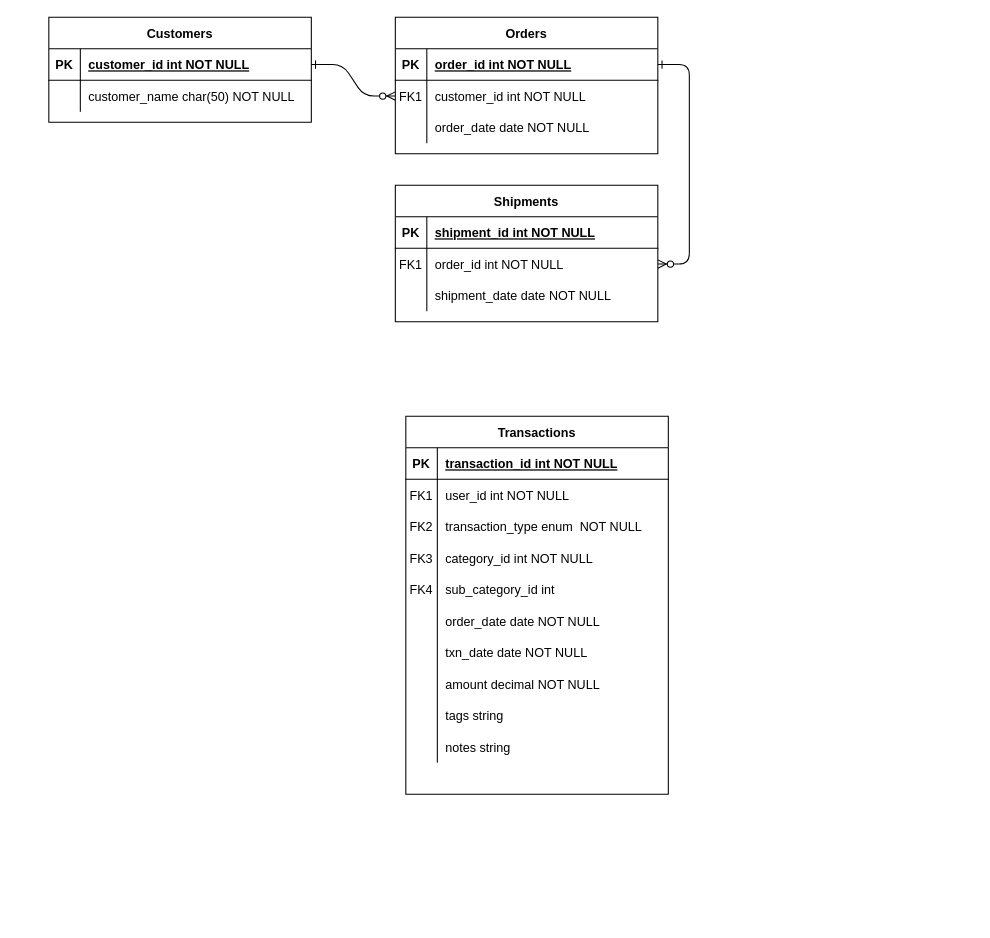
itpreneur/123-Essential-JavaScript-Interview-Questions keeps this draw.io diagram as mockitplace.drawio. Above is the earlier version. Source tidied: cells renumbered, new cells numbered last; positions are measured from the earlier drawing's top-left corner, leaving out a move shared by most shapes. Both pictures are drawn from the tidied source at 105%, with x=0, y=0 at pixel (48, 17).
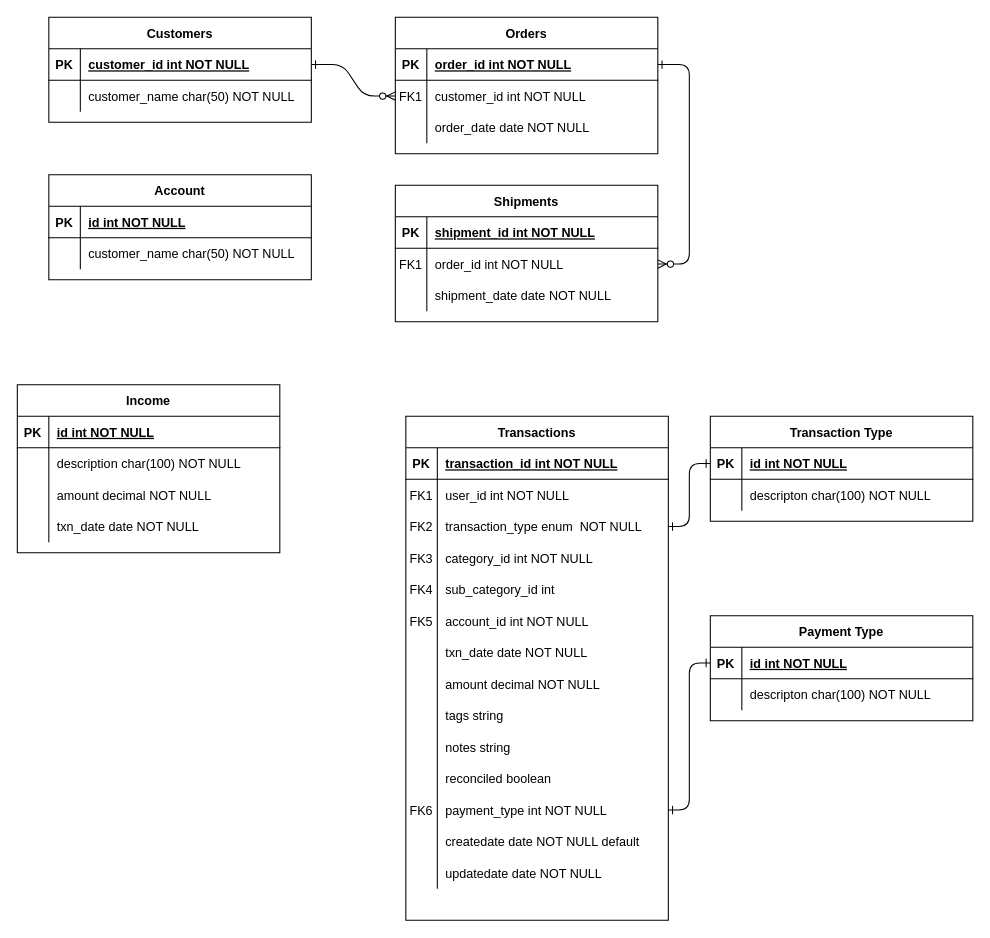
The same page after the edit.

The change refers to these unchanged cells:
```xml
<mxCell id="38" style="shape=partialRectangle;fillColor=none;points=[[0,0.5],[1,0.5]];portConstraint=eastwest;top=0;left=0;right=0;bottom=0;" parent="31" vertex="1">
  <mxGeometry y="90" width="250" height="30" as="geometry" />
</mxCell>
<mxCell id="47" style="shape=partialRectangle;fillColor=none;top=0;left=0;right=0;bottom=0;" parent="31" vertex="1">
  <mxGeometry y="180" width="250" height="30" as="geometry" />
</mxCell>
```

Change to the diagram source:
```diff
@@
     <mxCell id="31" value="Transactions" style="shape=table;startSize=30;childLayout=tableLayout;rowLines=0;fontStyle=1;align=center;" parent="1" vertex="1">
-      <mxGeometry x="340" y="380" width="250" height="360" as="geometry" />
+      <mxGeometry x="340" y="380" width="250" height="480" as="geometry" />
     </mxCell>
@@
-    <mxCell id="48" style="shape=partialRectangle;overflow=hidden;fillColor=none;top=0;left=0;bottom=0;right=0;" parent="47" vertex="1">
+    <mxCell id="48" value="FK5" style="shape=partialRectangle;overflow=hidden;fillColor=none;top=0;left=0;bottom=0;right=0;" parent="47" vertex="1">
       <mxGeometry width="30" height="30" as="geometry" />
     </mxCell>
-    <mxCell id="49" value="order_date date NOT NULL" style="shape=partialRectangle;overflow=hidden;fillColor=none;top=0;left=0;bottom=0;right=0;align=left;spacingLeft=6;" parent="47" vertex="1">
+    <mxCell id="49" value="account_id int NOT NULL" style="shape=partialRectangle;overflow=hidden;fillColor=none;top=0;left=0;bottom=0;right=0;align=left;spacingLeft=6;" parent="47" vertex="1">
       <mxGeometry x="30" width="220" height="30" as="geometry" />
     </mxCell>
@@
+    <mxCell id="62" style="shape=partialRectangle;fillColor=none;top=0;left=0;right=0;bottom=0;" parent="31" vertex="1">
+      <mxGeometry y="330" width="250" height="30" as="geometry" />
+    </mxCell>
+    <mxCell id="63" style="shape=partialRectangle;overflow=hidden;fillColor=none;top=0;left=0;bottom=0;right=0;" parent="62" vertex="1">
+      <mxGeometry width="30" height="30" as="geometry" />
+    </mxCell>
+    <mxCell id="64" value="reconciled boolean" style="shape=partialRectangle;overflow=hidden;fillColor=none;top=0;left=0;bottom=0;right=0;align=left;spacingLeft=6;" parent="62" vertex="1">
+      <mxGeometry x="30" width="220" height="30" as="geometry" />
+    </mxCell>
+    <mxCell id="65" style="shape=partialRectangle;fillColor=none;points=[[0,0.5],[1,0.5]];portConstraint=eastwest;top=0;left=0;right=0;bottom=0;" parent="31" vertex="1">
+      <mxGeometry y="360" width="250" height="30" as="geometry" />
+    </mxCell>
+    <mxCell id="66" value="FK6" style="shape=partialRectangle;overflow=hidden;fillColor=none;top=0;left=0;bottom=0;right=0;" parent="65" vertex="1">
+      <mxGeometry width="30" height="30" as="geometry" />
+    </mxCell>
+    <mxCell id="67" value="payment_type int NOT NULL" style="shape=partialRectangle;overflow=hidden;fillColor=none;top=0;left=0;bottom=0;right=0;align=left;spacingLeft=6;" parent="65" vertex="1">
+      <mxGeometry x="30" width="220" height="30" as="geometry" />
+    </mxCell>
+    <mxCell id="68" style="shape=partialRectangle;fillColor=none;top=0;left=0;right=0;bottom=0;" parent="31" vertex="1">
+      <mxGeometry y="390" width="250" height="30" as="geometry" />
+    </mxCell>
+    <mxCell id="69" style="shape=partialRectangle;overflow=hidden;fillColor=none;top=0;left=0;bottom=0;right=0;" parent="68" vertex="1">
+      <mxGeometry width="30" height="30" as="geometry" />
+    </mxCell>
+    <mxCell id="70" value="createdate date NOT NULL default" style="shape=partialRectangle;overflow=hidden;fillColor=none;top=0;left=0;bottom=0;right=0;align=left;spacingLeft=6;" parent="68" vertex="1">
+      <mxGeometry x="30" width="220" height="30" as="geometry" />
+    </mxCell>
+    <mxCell id="71" style="shape=partialRectangle;fillColor=none;top=0;left=0;right=0;bottom=0;" parent="31" vertex="1">
+      <mxGeometry y="420" width="250" height="30" as="geometry" />
+    </mxCell>
+    <mxCell id="72" style="shape=partialRectangle;overflow=hidden;fillColor=none;top=0;left=0;bottom=0;right=0;" parent="71" vertex="1">
+      <mxGeometry width="30" height="30" as="geometry" />
+    </mxCell>
+    <mxCell id="73" value="updatedate date NOT NULL " style="shape=partialRectangle;overflow=hidden;fillColor=none;top=0;left=0;bottom=0;right=0;align=left;spacingLeft=6;" parent="71" vertex="1">
+      <mxGeometry x="30" width="220" height="30" as="geometry" />
+    </mxCell>
+    <mxCell id="74" value="Account" style="shape=table;startSize=30;childLayout=tableLayout;rowLines=0;fontStyle=1;align=center;" parent="1" vertex="1">
+      <mxGeometry y="150" width="250" height="100" as="geometry" />
+    </mxCell>
+    <mxCell id="75" style="shape=partialRectangle;fillColor=none;top=0;left=0;right=0;bottom=1;" parent="74" vertex="1">
+      <mxGeometry y="30" width="250" height="30" as="geometry" />
+    </mxCell>
+    <mxCell id="76" value="PK" style="shape=partialRectangle;overflow=hidden;fillColor=none;top=0;left=0;bottom=0;right=0;fontStyle=1;" parent="75" vertex="1">
+      <mxGeometry width="30" height="30" as="geometry" />
+    </mxCell>
+    <mxCell id="77" value="id int NOT NULL " style="shape=partialRectangle;overflow=hidden;fillColor=none;top=0;left=0;bottom=0;right=0;align=left;spacingLeft=6;fontStyle=5;" parent="75" vertex="1">
+      <mxGeometry x="30" width="220" height="30" as="geometry" />
+    </mxCell>
+    <mxCell id="78" style="shape=partialRectangle;fillColor=none;top=0;left=0;right=0;bottom=0;" parent="74" vertex="1">
+      <mxGeometry y="60" width="250" height="30" as="geometry" />
+    </mxCell>
+    <mxCell id="79" style="shape=partialRectangle;overflow=hidden;fillColor=none;top=0;left=0;bottom=0;right=0;" parent="78" vertex="1">
+      <mxGeometry width="30" height="30" as="geometry" />
+    </mxCell>
+    <mxCell id="80" value="customer_name char(50) NOT NULL" style="shape=partialRectangle;overflow=hidden;fillColor=none;top=0;left=0;bottom=0;right=0;align=left;spacingLeft=6;" parent="78" vertex="1">
+      <mxGeometry x="30" width="220" height="30" as="geometry" />
+    </mxCell>
+    <mxCell id="81" value="Transaction Type" style="shape=table;startSize=30;childLayout=tableLayout;rowLines=0;fontStyle=1;align=center;" parent="1" vertex="1">
+      <mxGeometry x="630" y="380" width="250" height="100" as="geometry" />
+    </mxCell>
+    <mxCell id="82" style="shape=partialRectangle;fillColor=none;points=[[0,0.5],[1,0.5]];portConstraint=eastwest;top=0;left=0;right=0;bottom=1;" parent="81" vertex="1">
+      <mxGeometry y="30" width="250" height="30" as="geometry" />
+    </mxCell>
+    <mxCell id="83" value="PK" style="shape=partialRectangle;overflow=hidden;fillColor=none;top=0;left=0;bottom=0;right=0;fontStyle=1;" parent="82" vertex="1">
+      <mxGeometry width="30" height="30" as="geometry" />
+    </mxCell>
+    <mxCell id="84" value="id int NOT NULL " style="shape=partialRectangle;overflow=hidden;fillColor=none;top=0;left=0;bottom=0;right=0;align=left;spacingLeft=6;fontStyle=5;" parent="82" vertex="1">
+      <mxGeometry x="30" width="220" height="30" as="geometry" />
+    </mxCell>
+    <mxCell id="85" style="shape=partialRectangle;fillColor=none;top=0;left=0;right=0;bottom=0;" parent="81" vertex="1">
+      <mxGeometry y="60" width="250" height="30" as="geometry" />
+    </mxCell>
+    <mxCell id="86" style="shape=partialRectangle;overflow=hidden;fillColor=none;top=0;left=0;bottom=0;right=0;" parent="85" vertex="1">
+      <mxGeometry width="30" height="30" as="geometry" />
+    </mxCell>
+    <mxCell id="87" value="descripton char(100) NOT NULL" style="shape=partialRectangle;overflow=hidden;fillColor=none;top=0;left=0;bottom=0;right=0;align=left;spacingLeft=6;" parent="85" vertex="1">
+      <mxGeometry x="30" width="220" height="30" as="geometry" />
+    </mxCell>
+    <mxCell id="88" style="edgeStyle=orthogonalEdgeStyle;rounded=1;jettySize=auto;html=1;startArrow=ERone;startFill=0;curved=0;endArrow=ERone;endFill=0;" parent="1" edge="1" source="38" target="82">
+      <mxGeometry relative="1" as="geometry" />
+    </mxCell>
+    <mxCell id="89" value="Payment Type" style="shape=table;startSize=30;childLayout=tableLayout;rowLines=0;fontStyle=1;align=center;" parent="1" vertex="1">
+      <mxGeometry x="630" y="570" width="250" height="100" as="geometry" />
+    </mxCell>
+    <mxCell id="90" style="shape=partialRectangle;fillColor=none;points=[[0,0.5],[1,0.5]];portConstraint=eastwest;top=0;left=0;right=0;bottom=1;" parent="89" vertex="1">
+      <mxGeometry y="30" width="250" height="30" as="geometry" />
+    </mxCell>
+    <mxCell id="91" value="PK" style="shape=partialRectangle;overflow=hidden;fillColor=none;top=0;left=0;bottom=0;right=0;fontStyle=1;" parent="90" vertex="1">
+      <mxGeometry width="30" height="30" as="geometry" />
+    </mxCell>
+    <mxCell id="92" value="id int NOT NULL " style="shape=partialRectangle;overflow=hidden;fillColor=none;top=0;left=0;bottom=0;right=0;align=left;spacingLeft=6;fontStyle=5;" parent="90" vertex="1">
+      <mxGeometry x="30" width="220" height="30" as="geometry" />
+    </mxCell>
+    <mxCell id="93" style="shape=partialRectangle;fillColor=none;top=0;left=0;right=0;bottom=0;" parent="89" vertex="1">
+      <mxGeometry y="60" width="250" height="30" as="geometry" />
+    </mxCell>
+    <mxCell id="94" style="shape=partialRectangle;overflow=hidden;fillColor=none;top=0;left=0;bottom=0;right=0;" parent="93" vertex="1">
+      <mxGeometry width="30" height="30" as="geometry" />
+    </mxCell>
+    <mxCell id="95" value="descripton char(100) NOT NULL" style="shape=partialRectangle;overflow=hidden;fillColor=none;top=0;left=0;bottom=0;right=0;align=left;spacingLeft=6;" parent="93" vertex="1">
+      <mxGeometry x="30" width="220" height="30" as="geometry" />
+    </mxCell>
+    <mxCell id="96" style="edgeStyle=orthogonalEdgeStyle;rounded=1;jettySize=auto;html=1;curved=0;startArrow=ERone;startFill=0;endArrow=ERone;endFill=0;" parent="1" edge="1" source="65" target="90">
+      <mxGeometry relative="1" as="geometry" />
+    </mxCell>
+    <mxCell id="97" value="Income" style="shape=table;startSize=30;childLayout=tableLayout;rowLines=0;fontStyle=1;align=center;" parent="1" vertex="1">
+      <mxGeometry x="-30" y="350" width="250" height="160" as="geometry" />
+    </mxCell>
+    <mxCell id="98" style="shape=partialRectangle;fillColor=none;top=0;left=0;right=0;bottom=1;" parent="97" vertex="1">
+      <mxGeometry y="30" width="250" height="30" as="geometry" />
+    </mxCell>
+    <mxCell id="99" value="PK" style="shape=partialRectangle;overflow=hidden;fillColor=none;top=0;left=0;bottom=0;right=0;fontStyle=1;" parent="98" vertex="1">
+      <mxGeometry width="30" height="30" as="geometry" />
+    </mxCell>
+    <mxCell id="100" value="id int NOT NULL " style="shape=partialRectangle;overflow=hidden;fillColor=none;top=0;left=0;bottom=0;right=0;align=left;spacingLeft=6;fontStyle=5;" parent="98" vertex="1">
+      <mxGeometry x="30" width="220" height="30" as="geometry" />
+    </mxCell>
+    <mxCell id="101" style="shape=partialRectangle;fillColor=none;top=0;left=0;right=0;bottom=0;" parent="97" vertex="1">
+      <mxGeometry y="60" width="250" height="30" as="geometry" />
+    </mxCell>
+    <mxCell id="102" style="shape=partialRectangle;overflow=hidden;fillColor=none;top=0;left=0;bottom=0;right=0;" parent="101" vertex="1">
+      <mxGeometry width="30" height="30" as="geometry" />
+    </mxCell>
+    <mxCell id="103" value="description char(100) NOT NULL" style="shape=partialRectangle;overflow=hidden;fillColor=none;top=0;left=0;bottom=0;right=0;align=left;spacingLeft=6;" parent="101" vertex="1">
+      <mxGeometry x="30" width="220" height="30" as="geometry" />
+    </mxCell>
+    <mxCell id="104" style="shape=partialRectangle;fillColor=none;top=0;left=0;right=0;bottom=0;" parent="97" vertex="1">
+      <mxGeometry y="90" width="250" height="30" as="geometry" />
+    </mxCell>
+    <mxCell id="105" style="shape=partialRectangle;overflow=hidden;fillColor=none;top=0;left=0;bottom=0;right=0;" parent="104" vertex="1">
+      <mxGeometry width="30" height="30" as="geometry" />
+    </mxCell>
+    <mxCell id="106" value="amount decimal NOT NULL" style="shape=partialRectangle;overflow=hidden;fillColor=none;top=0;left=0;bottom=0;right=0;align=left;spacingLeft=6;" parent="104" vertex="1">
+      <mxGeometry x="30" width="220" height="30" as="geometry" />
+    </mxCell>
+    <mxCell id="107" style="shape=partialRectangle;fillColor=none;top=0;left=0;right=0;bottom=0;" parent="97" vertex="1">
+      <mxGeometry y="120" width="250" height="30" as="geometry" />
+    </mxCell>
+    <mxCell id="108" style="shape=partialRectangle;overflow=hidden;fillColor=none;top=0;left=0;bottom=0;right=0;" parent="107" vertex="1">
+      <mxGeometry width="30" height="30" as="geometry" />
+    </mxCell>
+    <mxCell id="109" value="txn_date date NOT NULL" style="shape=partialRectangle;overflow=hidden;fillColor=none;top=0;left=0;bottom=0;right=0;align=left;spacingLeft=6;" parent="107" vertex="1">
+      <mxGeometry x="30" width="220" height="30" as="geometry" />
+    </mxCell>
```
